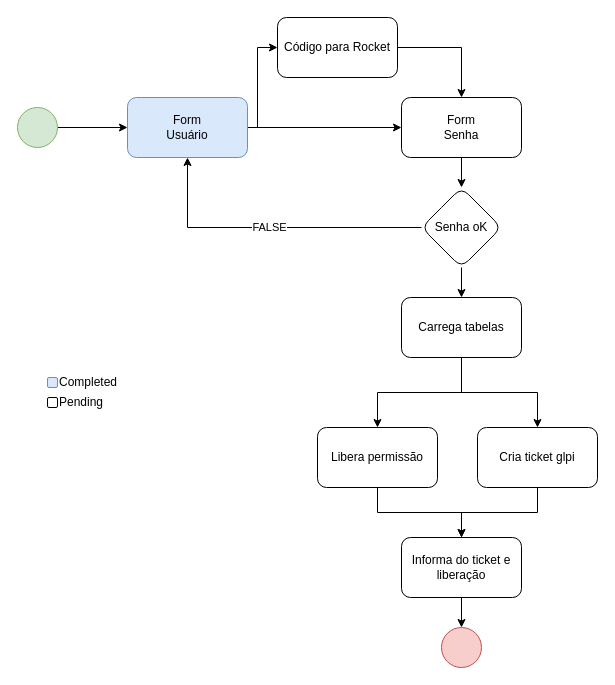
Before: docs/arch.drawio in samuelrcarvalho/carcereiro-web, a draw.io diagram. Source tidied: cells renumbered, new cells numbered last; positions are measured from the earlier drawing's top-left corner, leaving out a move shared by most shapes. Both pictures are drawn from the tidied source at 100%, with x=0, y=0 at pixel (17, 17).
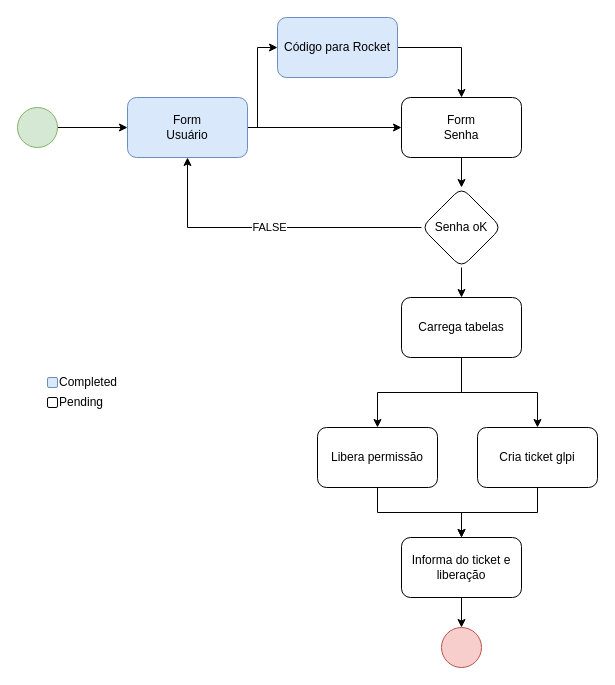
The same page after the edit.

Commit message (it also covers changes not shown here):
Enviando senha para o rocket e salvando no banco

Change to the diagram source:
```diff
@@
-    <mxCell id="6" value="Código para Rocket" style="rounded=1;whiteSpace=wrap;html=1;" parent="1" vertex="1">
+    <mxCell id="6" value="Código para Rocket" style="rounded=1;whiteSpace=wrap;html=1;fillColor=#dae8fc;strokeColor=#6c8ebf;" parent="1" vertex="1">
       <mxGeometry x="260" width="120" height="60" as="geometry" />
     </mxCell>
```
